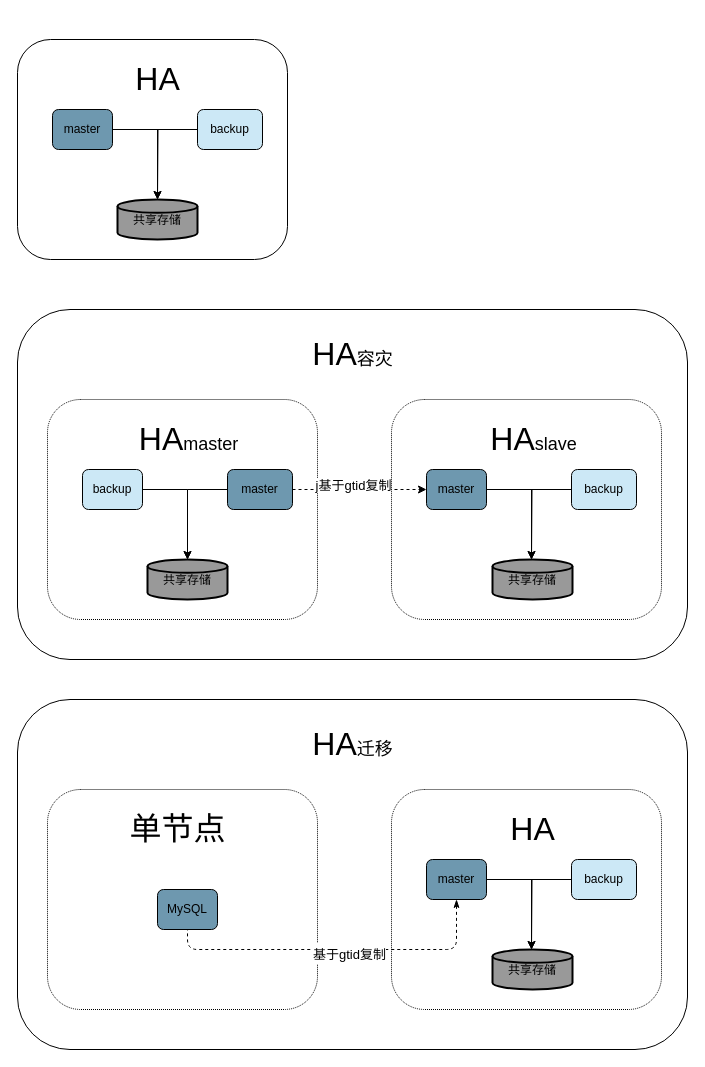
The draw.io diagram page "MySQL-HA" (1 of 7) of dbscan/dbscan.drawio in maopashui/drawio, before the edit. Source tidied: cells renumbered, new cells numbered last; positions are measured from the earlier drawing's top-left corner, leaving out a move shared by most shapes. Both pictures are drawn from the tidied source at 100%, with x=0, y=0 at pixel (17, 19).
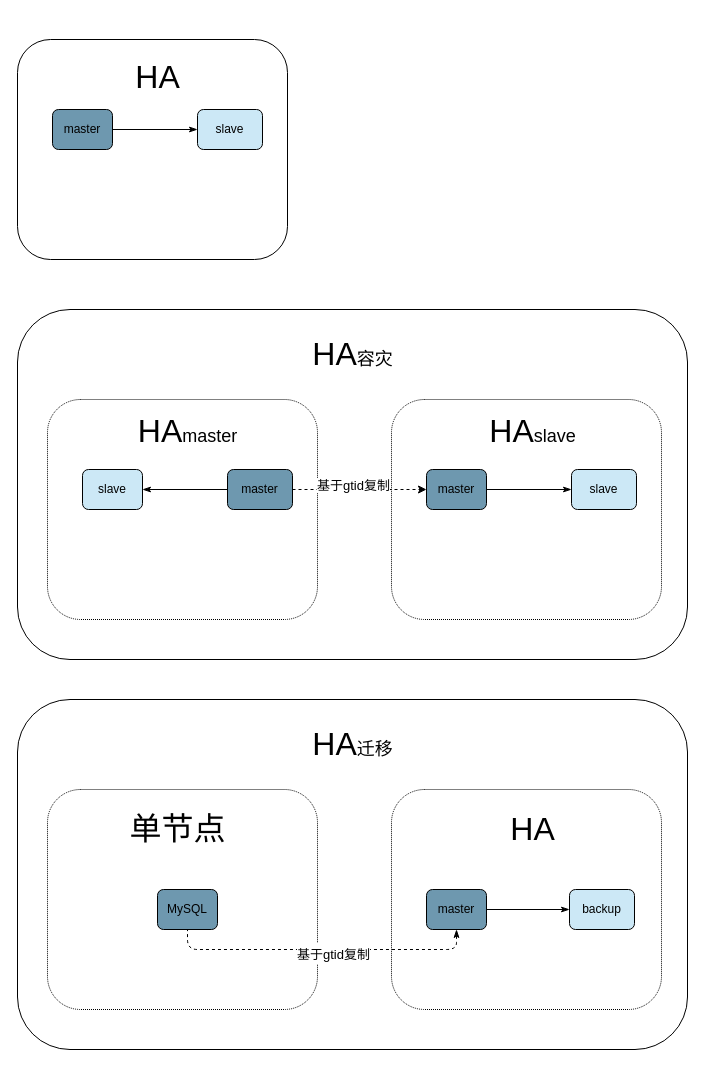
After the change.

The change refers to these unchanged cells:
```xml
<mxCell id="4" value="master" style="rounded=1;whiteSpace=wrap;html=1;glass=0;fillColor=#6E98AF;" parent="1" vertex="1">
  <mxGeometry x="35" y="90" width="60" height="40" as="geometry" />
</mxCell>
<mxCell id="14" style="edgeStyle=orthogonalEdgeStyle;rounded=1;jettySize=auto;html=1;dashed=1;strokeWidth=1;fontFamily=Helvetica;fontSize=13;startArrow=none;startFill=0;endArrow=classic;endFill=1;" parent="1" edge="1" source="16" target="20">
  <mxGeometry relative="1" as="geometry" />
</mxCell>
<mxCell id="16" value="master" style="rounded=1;whiteSpace=wrap;html=1;glass=0;fillColor=#6E98AF;" parent="1" vertex="1">
  <mxGeometry x="210" y="450" width="65" height="40" as="geometry" />
</mxCell>
<mxCell id="20" value="master" style="rounded=1;whiteSpace=wrap;html=1;glass=0;fillColor=#6E98AF;" parent="1" vertex="1">
  <mxGeometry x="409" y="450" width="60" height="40" as="geometry" />
</mxCell>
```

What changed in the source:
```diff
@@
-    <mxCell id="3" style="edgeStyle=orthogonalEdgeStyle;rounded=0;jettySize=auto;html=1;entryX=0.5;entryY=0;entryDx=0;entryDy=0;entryPerimeter=0;" parent="1" edge="1" source="4">
-      <mxGeometry relative="1" as="geometry">
-        <mxPoint x="140" y="180" as="targetPoint" />
-      </mxGeometry>
-    </mxCell>
+    <mxCell id="41" style="edgeStyle=orthogonalEdgeStyle;rounded=0;jettySize=auto;html=1;fontSize=18;startArrow=none;startFill=0;endArrow=classicThin;endFill=1;" parent="1" edge="1" source="4" target="6">
+      <mxGeometry relative="1" as="geometry" />
+    </mxCell>
@@
-    <mxCell id="5" style="edgeStyle=orthogonalEdgeStyle;rounded=0;jettySize=auto;html=1;" parent="1" edge="1" source="6">
-      <mxGeometry relative="1" as="geometry">
-        <mxPoint x="140" y="180" as="targetPoint" />
-        <Array as="points">
-          <mxPoint x="140" y="110" />
-        </Array>
-      </mxGeometry>
-    </mxCell>
-    <mxCell id="6" value="backup" style="rounded=1;whiteSpace=wrap;html=1;glass=0;fillColor=#CCE8F6;" parent="1" vertex="1">
+    <mxCell id="6" value="slave" style="rounded=1;whiteSpace=wrap;html=1;glass=0;fillColor=#CCE8F6;" parent="1" vertex="1">
       <mxGeometry x="180" y="90" width="65" height="40" as="geometry" />
     </mxCell>
     <mxCell id="7" value="&lt;p style=&quot;font-size: 32px;&quot;&gt;HA&lt;/p&gt;" style="text;html=1;align=center;verticalAlign=middle;rounded=0;glass=0;fillStyle=auto;rotation=0;fontSize=32;" parent="1" vertex="1">
-      <mxGeometry x="105" width="70" height="120" as="geometry" />
+      <mxGeometry x="105" y="-2" width="70" height="120" as="geometry" />
     </mxCell>
@@
-    <mxCell id="10" value="&lt;p style=&quot;line-height: 0;&quot;&gt;共享存储&lt;/p&gt;" style="strokeWidth=2;html=1;shape=mxgraph.flowchart.database;whiteSpace=wrap;rounded=1;glass=0;fillColor=#999999;" parent="1" vertex="1">
-      <mxGeometry x="130" y="540" width="80" height="40" as="geometry" />
-    </mxCell>
-    <mxCell id="11" style="edgeStyle=orthogonalEdgeStyle;rounded=0;jettySize=auto;html=1;entryX=0.5;entryY=0;entryDx=0;entryDy=0;entryPerimeter=0;" parent="1" edge="1" source="12" target="10">
-      <mxGeometry relative="1" as="geometry" />
-    </mxCell>
-    <mxCell id="12" value="backup" style="rounded=1;whiteSpace=wrap;html=1;glass=0;fillColor=#CCE8F6;" parent="1" vertex="1">
+    <mxCell id="12" value="slave" style="rounded=1;whiteSpace=wrap;html=1;glass=0;fillColor=#CCE8F6;" parent="1" vertex="1">
       <mxGeometry x="65" y="450" width="60" height="40" as="geometry" />
     </mxCell>
-    <mxCell id="13" style="edgeStyle=orthogonalEdgeStyle;rounded=0;jettySize=auto;html=1;" parent="1" edge="1" source="16" target="10">
-      <mxGeometry relative="1" as="geometry">
-        <Array as="points">
-          <mxPoint x="170" y="470" />
-        </Array>
-      </mxGeometry>
-    </mxCell>
@@
-    <mxCell id="15" value="j基于gtid复制" style="edgeLabel;html=1;align=center;verticalAlign=middle;fontSize=13;fontFamily=Helvetica;" parent="14" vertex="1">
+    <mxCell id="15" value="基于gtid复制" style="edgeLabel;html=1;align=center;verticalAlign=middle;fontSize=13;fontFamily=Helvetica;" parent="14" vertex="1">
       <mxGeometry x="0.2" relative="1" as="geometry">
         <mxPoint x="-20" y="-5" as="offset" />
       </mxGeometry>
     </mxCell>
+    <mxCell id="42" style="edgeStyle=orthogonalEdgeStyle;rounded=0;jettySize=auto;html=1;fontSize=18;startArrow=none;startFill=0;endArrow=classicThin;endFill=1;" parent="1" edge="1" source="16" target="12">
+      <mxGeometry relative="1" as="geometry" />
+    </mxCell>
@@
     <mxCell id="17" value="&lt;p style=&quot;&quot;&gt;&lt;span style=&quot;font-size: 32px;&quot;&gt;HA&lt;/span&gt;&lt;font style=&quot;font-size: 18px;&quot;&gt;master&lt;/font&gt;&lt;/p&gt;" style="text;html=1;align=center;verticalAlign=middle;rounded=0;glass=0;fillStyle=auto;rotation=0;fontSize=32;" parent="1" vertex="1">
-      <mxGeometry x="112" y="363" width="117" height="114" as="geometry" />
+      <mxGeometry x="111.5" y="355" width="117" height="114" as="geometry" />
     </mxCell>
@@
-    <mxCell id="19" style="edgeStyle=orthogonalEdgeStyle;rounded=0;jettySize=auto;html=1;entryX=0.5;entryY=0;entryDx=0;entryDy=0;entryPerimeter=0;" parent="1" edge="1" source="20">
-      <mxGeometry relative="1" as="geometry">
-        <mxPoint x="514" y="540" as="targetPoint" />
-      </mxGeometry>
-    </mxCell>
+    <mxCell id="43" style="edgeStyle=orthogonalEdgeStyle;rounded=0;jettySize=auto;html=1;fontSize=18;startArrow=none;startFill=0;endArrow=classicThin;endFill=1;" parent="1" edge="1" source="20" target="22">
+      <mxGeometry relative="1" as="geometry" />
+    </mxCell>
@@
-    <mxCell id="21" style="edgeStyle=orthogonalEdgeStyle;rounded=0;jettySize=auto;html=1;" parent="1" edge="1" source="22">
-      <mxGeometry relative="1" as="geometry">
-        <mxPoint x="514" y="540" as="targetPoint" />
-        <Array as="points">
-          <mxPoint x="514" y="470" />
-        </Array>
-      </mxGeometry>
-    </mxCell>
-    <mxCell id="22" value="backup" style="rounded=1;whiteSpace=wrap;html=1;glass=0;fillColor=#CCE8F6;" parent="1" vertex="1">
+    <mxCell id="22" value="slave" style="rounded=1;whiteSpace=wrap;html=1;glass=0;fillColor=#CCE8F6;" parent="1" vertex="1">
       <mxGeometry x="554" y="450" width="65" height="40" as="geometry" />
     </mxCell>
     <mxCell id="23" value="&lt;p style=&quot;&quot;&gt;&lt;span style=&quot;font-size: 32px;&quot;&gt;HA&lt;/span&gt;&lt;font style=&quot;font-size: 18px;&quot;&gt;slave&lt;/font&gt;&lt;/p&gt;" style="text;html=1;align=center;verticalAlign=middle;rounded=0;glass=0;fillStyle=auto;rotation=0;fontSize=32;" parent="1" vertex="1">
-      <mxGeometry x="463" y="363" width="105" height="114" as="geometry" />
+      <mxGeometry x="462.5" y="355" width="105" height="114" as="geometry" />
     </mxCell>
@@
-    <mxCell id="30" style="edgeStyle=orthogonalEdgeStyle;rounded=0;jettySize=auto;html=1;entryX=0.5;entryY=0;entryDx=0;entryDy=0;entryPerimeter=0;" parent="1" edge="1" source="33">
-      <mxGeometry relative="1" as="geometry">
-        <mxPoint x="514" y="930" as="targetPoint" />
-      </mxGeometry>
-    </mxCell>
@@
+    <mxCell id="44" style="edgeStyle=orthogonalEdgeStyle;rounded=0;jettySize=auto;html=1;fontSize=18;startArrow=none;startFill=0;endArrow=classicThin;endFill=1;" parent="1" edge="1" source="33" target="35">
+      <mxGeometry relative="1" as="geometry" />
+    </mxCell>
     <mxCell id="33" value="master" style="rounded=1;whiteSpace=wrap;html=1;glass=0;fillColor=#6E98AF;" parent="1" vertex="1">
-      <mxGeometry x="409" y="840" width="60" height="40" as="geometry" />
+      <mxGeometry x="409" y="870" width="60" height="40" as="geometry" />
     </mxCell>
-    <mxCell id="34" style="edgeStyle=orthogonalEdgeStyle;rounded=0;jettySize=auto;html=1;" parent="1" edge="1" source="35">
-      <mxGeometry relative="1" as="geometry">
-        <mxPoint x="514" y="930" as="targetPoint" />
-        <Array as="points">
-          <mxPoint x="514" y="860" />
-        </Array>
-      </mxGeometry>
-    </mxCell>
     <mxCell id="35" value="backup" style="rounded=1;whiteSpace=wrap;html=1;glass=0;fillColor=#CCE8F6;" parent="1" vertex="1">
-      <mxGeometry x="554" y="840" width="65" height="40" as="geometry" />
+      <mxGeometry x="552" y="870" width="65" height="40" as="geometry" />
     </mxCell>
@@
-    <mxCell id="38" value="&lt;p style=&quot;line-height: 0;&quot;&gt;共享存储&lt;/p&gt;" style="strokeWidth=2;html=1;shape=mxgraph.flowchart.database;whiteSpace=wrap;rounded=1;glass=0;fillColor=#999999;" parent="1" vertex="1">
-      <mxGeometry x="475" y="540" width="80" height="40" as="geometry" />
-    </mxCell>
-    <mxCell id="39" value="&lt;p style=&quot;line-height: 0;&quot;&gt;共享存储&lt;/p&gt;" style="strokeWidth=2;html=1;shape=mxgraph.flowchart.database;whiteSpace=wrap;rounded=1;glass=0;fillColor=#999999;" parent="1" vertex="1">
-      <mxGeometry x="475" y="930" width="80" height="40" as="geometry" />
-    </mxCell>
-    <mxCell id="40" value="&lt;p style=&quot;line-height: 0;&quot;&gt;共享存储&lt;/p&gt;" style="strokeWidth=2;html=1;shape=mxgraph.flowchart.database;whiteSpace=wrap;rounded=1;glass=0;fillColor=#999999;" parent="1" vertex="1">
-      <mxGeometry x="100" y="180" width="80" height="40" as="geometry" />
-    </mxCell>
```
